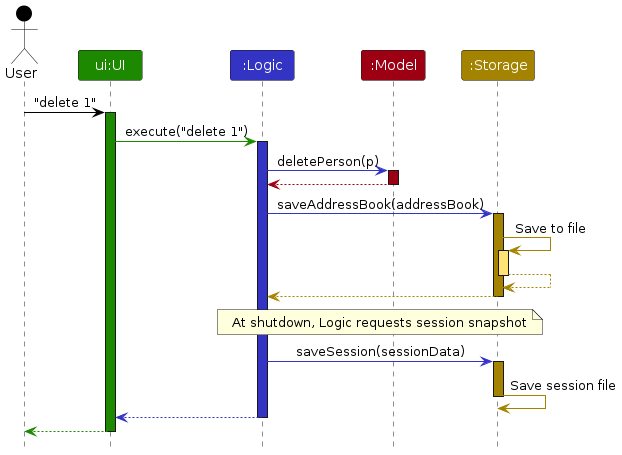
AY2526S1-CS2103T-T13-2/tp keeps this PlantUML diagram as diagrams/ArchitectureSequenceDiagram.png. Above is the earlier version. Its source is kept beside it as diagrams/ArchitectureSequenceDiagram.puml.
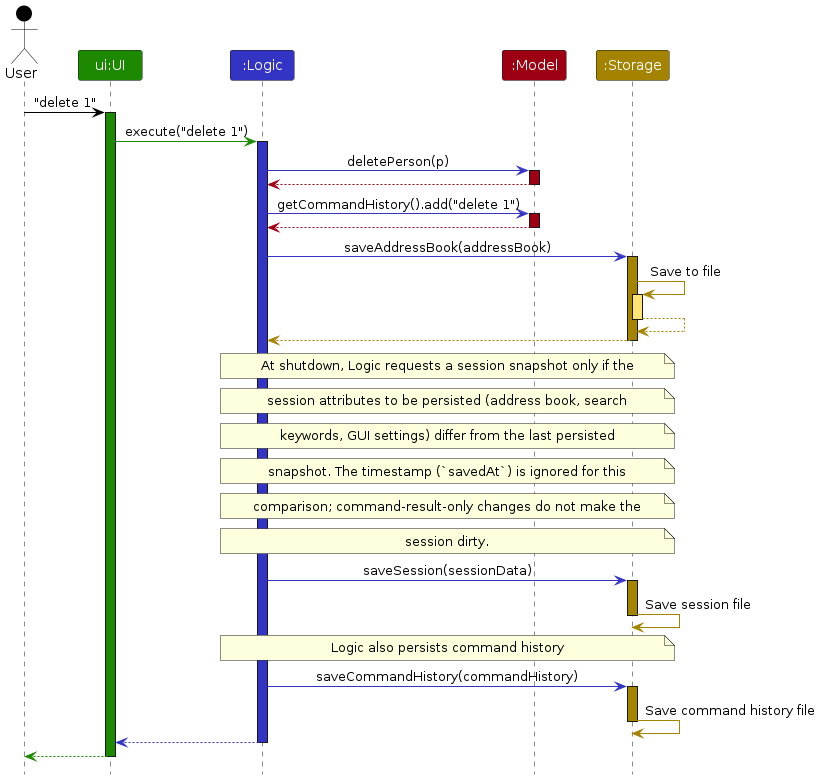
The same diagram one commit later.

Diff of the diagram source:
```diff
@@ -20,6 +20,11 @@
 model -[MODEL_COLOR]-> logic
 deactivate model
 
+logic -[LOGIC_COLOR]> model : getCommandHistory().add("delete 1")
+activate model MODEL_COLOR
+model --[MODEL_COLOR]> logic
+deactivate model
+
 logic -[LOGIC_COLOR]> storage : saveAddressBook(addressBook)
 activate storage STORAGE_COLOR
 
@@ -30,10 +35,21 @@
 storage --[STORAGE_COLOR]> logic
 deactivate storage
 
-note over logic,storage: At shutdown, Logic requests session snapshot
+note over logic,storage: At shutdown, Logic requests a session snapshot only if the
+note over logic,storage: session attributes to be persisted (address book, search
+note over logic,storage: keywords, GUI settings) differ from the last persisted
+note over logic,storage: snapshot. The timestamp (`savedAt`) is ignored for this
+note over logic,storage: comparison; command-result-only changes do not make the
+note over logic,storage: session dirty.
 logic -[LOGIC_COLOR]> storage : saveSession(sessionData)
 activate storage STORAGE_COLOR
 storage -[STORAGE_COLOR]> storage : Save session file
+deactivate storage
+
+note over logic,storage: Logic also persists command history
+logic -[LOGIC_COLOR]> storage : saveCommandHistory(commandHistory)
+activate storage STORAGE_COLOR
+storage -[STORAGE_COLOR]> storage : Save command history file
 deactivate storage
 
 logic --[LOGIC_COLOR]> ui
```
